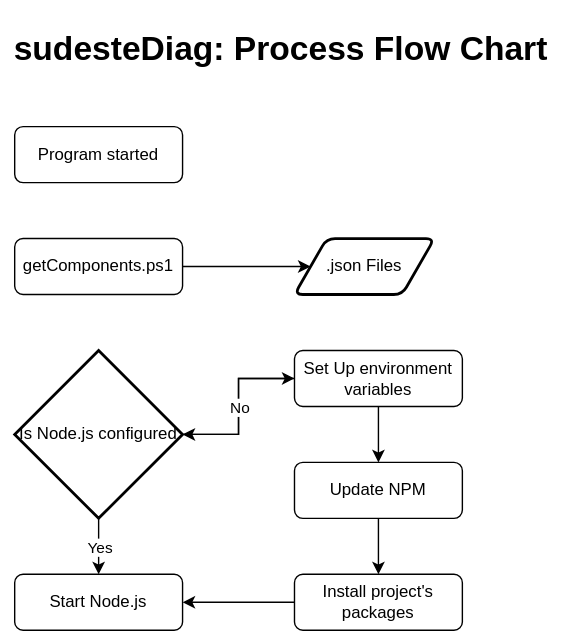
This is sudesteDiagFlow.svg from facu8990/sudesteDiag, a draw.io export, as it was before one commit. Source tidied: cells renumbered, new cells last; positions are measured from the earlier drawing's top-left corner, leaving out a move shared by most shapes.
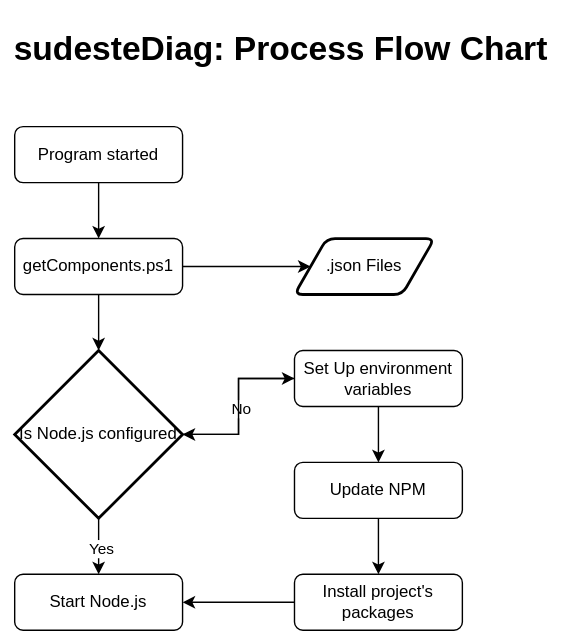
Above is the later version.

The edit, as a diff of the source:
```diff
@@ -2,59 +2,68 @@
   <root>
     <mxCell id="0" />
     <mxCell id="1" parent="0" />
+    <mxCell id="20" style="group;" parent="1" vertex="1">
+      <mxGeometry x="184" y="370" width="400" height="450" as="geometry" />
+    </mxCell>
-    <mxCell id="2" value="Program started" style="rounded=1;whiteSpace=wrap;html=1;fontSize=12;glass=0;strokeWidth=1;shadow=0;" parent="1" vertex="1">
+    <mxCell id="2" value="Program started" style="rounded=1;whiteSpace=wrap;html=1;fontSize=12;glass=0;strokeWidth=1;shadow=0;" parent="20" vertex="1">
       <mxGeometry x="10" y="90" width="120" height="40" as="geometry" />
     </mxCell>
-    <mxCell id="3" value="Start Node.js" style="rounded=1;whiteSpace=wrap;html=1;fontSize=12;glass=0;strokeWidth=1;shadow=0;" parent="1" vertex="1">
+    <mxCell id="3" value="Start Node.js" style="rounded=1;whiteSpace=wrap;html=1;fontSize=12;glass=0;strokeWidth=1;shadow=0;" parent="20" vertex="1">
       <mxGeometry x="10" y="410" width="120" height="40" as="geometry" />
     </mxCell>
-    <mxCell id="4" value="Update NPM" style="rounded=1;whiteSpace=wrap;html=1;fontSize=12;glass=0;strokeWidth=1;shadow=0;" parent="1" vertex="1">
+    <mxCell id="4" value="Update NPM" style="rounded=1;whiteSpace=wrap;html=1;fontSize=12;glass=0;strokeWidth=1;shadow=0;" parent="20" vertex="1">
       <mxGeometry x="210" y="330" width="120" height="40" as="geometry" />
     </mxCell>
-    <mxCell id="5" style="edgeStyle=orthogonalEdgeStyle;rounded=0;jettySize=auto;html=1;" parent="1" edge="1" source="6" target="11">
-      <mxGeometry relative="1" as="geometry" />
-    </mxCell>
-    <mxCell id="6" value="Set Up environment variables" style="rounded=1;whiteSpace=wrap;html=1;fontSize=12;glass=0;strokeWidth=1;shadow=0;" parent="1" vertex="1">
+    <mxCell id="6" value="Set Up environment variables" style="rounded=1;whiteSpace=wrap;html=1;fontSize=12;glass=0;strokeWidth=1;shadow=0;" parent="20" vertex="1">
       <mxGeometry x="210" y="250" width="120" height="40" as="geometry" />
     </mxCell>
-    <mxCell id="7" value="&lt;h1&gt;sudesteDiag: Process Flow Chart&lt;/h1&gt;" style="text;html=1;align=center;verticalAlign=middle;strokeColor=none;fillColor=none;" parent="1" vertex="1">
+    <mxCell id="7" value="&lt;h1&gt;sudesteDiag: Process Flow Chart&lt;/h1&gt;" style="text;html=1;align=center;verticalAlign=middle;strokeColor=none;fillColor=none;" parent="20" vertex="1">
       <mxGeometry width="400" height="70" as="geometry" />
     </mxCell>
-    <mxCell id="8" value="getComponents.ps1" style="rounded=1;whiteSpace=wrap;html=1;" parent="1" vertex="1">
+    <mxCell id="8" value="getComponents.ps1" style="rounded=1;whiteSpace=wrap;html=1;" parent="20" vertex="1">
       <mxGeometry x="10" y="170" width="120" height="40" as="geometry" />
     </mxCell>
-    <mxCell id="9" value=".json Files" style="shape=parallelogram;html=1;strokeWidth=2;perimeter=parallelogramPerimeter;whiteSpace=wrap;rounded=1;arcSize=12;size=0.23;" parent="1" vertex="1">
+    <mxCell id="9" value=".json Files" style="shape=parallelogram;html=1;strokeWidth=2;perimeter=parallelogramPerimeter;whiteSpace=wrap;rounded=1;arcSize=12;size=0.23;" parent="20" vertex="1">
       <mxGeometry x="210" y="170" width="100" height="40" as="geometry" />
     </mxCell>
-    <mxCell id="10" style="endArrow=classic;html=1;rounded=0;exitX=1;exitY=0.5;exitDx=0;exitDy=0;entryX=0;entryY=0.5;entryDx=0;entryDy=0;" parent="1" edge="1" source="8" target="9">
+    <mxCell id="10" style="endArrow=classic;html=1;rounded=0;exitX=1;exitY=0.5;exitDx=0;exitDy=0;entryX=0;entryY=0.5;entryDx=0;entryDy=0;" parent="20" edge="1" source="8" target="9">
       <mxGeometry relative="1" as="geometry" />
     </mxCell>
-    <mxCell id="11" value="Is Node.js configured" style="strokeWidth=2;html=1;shape=mxgraph.flowchart.decision;whiteSpace=wrap;" parent="1" vertex="1">
+    <mxCell id="11" value="Is Node.js configured" style="strokeWidth=2;html=1;shape=mxgraph.flowchart.decision;whiteSpace=wrap;" parent="20" vertex="1">
       <mxGeometry x="10" y="250" width="120" height="120" as="geometry" />
     </mxCell>
-    <mxCell id="12" style="endArrow=classic;html=1;rounded=0;exitX=1;exitY=0.5;exitDx=0;exitDy=0;exitPerimeter=0;entryX=0;entryY=0.5;entryDx=0;entryDy=0;edgeStyle=orthogonalEdgeStyle;" parent="1" edge="1" source="11" target="6">
+    <mxCell id="12" style="endArrow=classic;html=1;rounded=0;exitX=1;exitY=0.5;exitDx=0;exitDy=0;exitPerimeter=0;entryX=0;entryY=0.5;entryDx=0;entryDy=0;edgeStyle=orthogonalEdgeStyle;" parent="20" edge="1" source="11" target="6">
       <mxGeometry x="-0.64" y="-26" relative="1" as="geometry" />
     </mxCell>
     <mxCell id="13" value="No" style="edgeLabel;html=1;align=center;verticalAlign=middle;" parent="12" vertex="1">
       <mxGeometry relative="1" as="geometry" />
     </mxCell>
-    <mxCell id="14" value="Install project's packages" style="rounded=1;whiteSpace=wrap;html=1;fontSize=12;glass=0;strokeWidth=1;shadow=0;" parent="1" vertex="1">
+    <mxCell id="14" value="Install project's packages" style="rounded=1;whiteSpace=wrap;html=1;fontSize=12;glass=0;strokeWidth=1;shadow=0;" parent="20" vertex="1">
       <mxGeometry x="210" y="410" width="120" height="40" as="geometry" />
     </mxCell>
-    <mxCell id="15" style="endArrow=classic;html=1;rounded=0;entryX=0.5;entryY=0;entryDx=0;entryDy=0;exitX=0.5;exitY=1;exitDx=0;exitDy=0;" parent="1" edge="1" source="6" target="4">
+    <mxCell id="15" style="endArrow=classic;html=1;rounded=0;entryX=0.5;entryY=0;entryDx=0;entryDy=0;exitX=0.5;exitY=1;exitDx=0;exitDy=0;" parent="20" edge="1" source="6" target="4">
       <mxGeometry relative="1" as="geometry" />
     </mxCell>
-    <mxCell id="16" style="endArrow=classic;html=1;rounded=0;entryX=0.5;entryY=0;entryDx=0;entryDy=0;exitX=0.5;exitY=1;exitDx=0;exitDy=0;" parent="1" edge="1" source="4" target="14">
+    <mxCell id="16" style="endArrow=classic;html=1;rounded=0;entryX=0.5;entryY=0;entryDx=0;entryDy=0;exitX=0.5;exitY=1;exitDx=0;exitDy=0;" parent="20" edge="1" source="4" target="14">
       <mxGeometry relative="1" as="geometry" />
     </mxCell>
-    <mxCell id="17" style="endArrow=classic;html=1;rounded=0;exitX=0.5;exitY=1;exitDx=0;exitDy=0;exitPerimeter=0;" parent="1" edge="1" source="11" target="3">
+    <mxCell id="17" style="endArrow=classic;html=1;rounded=0;exitX=0.5;exitY=1;exitDx=0;exitDy=0;exitPerimeter=0;" parent="20" edge="1" source="11" target="3">
       <mxGeometry relative="1" as="geometry" />
     </mxCell>
     <mxCell id="18" value="Yes" style="edgeLabel;html=1;align=center;verticalAlign=middle;" parent="17" vertex="1">
       <mxGeometry relative="1" as="geometry" />
     </mxCell>
-    <mxCell id="19" style="endArrow=classic;html=1;rounded=0;entryX=1;entryY=0.5;entryDx=0;entryDy=0;exitX=0;exitY=0.5;exitDx=0;exitDy=0;edgeStyle=orthogonalEdgeStyle;" parent="1" edge="1" source="14" target="3">
+    <mxCell id="19" style="endArrow=classic;html=1;rounded=0;entryX=1;entryY=0.5;entryDx=0;entryDy=0;exitX=0;exitY=0.5;exitDx=0;exitDy=0;edgeStyle=orthogonalEdgeStyle;" parent="20" edge="1" source="14" target="3">
       <mxGeometry relative="1" as="geometry" />
     </mxCell>
+    <mxCell id="21" style="endArrow=classic;html=1;rounded=0;exitX=0.5;exitY=1;exitDx=0;exitDy=0;entryX=0.5;entryY=0;entryDx=0;entryDy=0;" parent="20" edge="1" source="2" target="8">
+      <mxGeometry relative="1" as="geometry" />
+    </mxCell>
+    <mxCell id="5" style="edgeStyle=orthogonalEdgeStyle;rounded=0;jettySize=auto;html=1;" parent="20" edge="1" source="6" target="11">
+      <mxGeometry relative="1" as="geometry" />
+    </mxCell>
+    <mxCell id="22" style="endArrow=classic;html=1;rounded=0;exitX=0.5;exitY=1;exitDx=0;exitDy=0;entryX=0.5;entryY=0;entryDx=0;entryDy=0;entryPerimeter=0;" parent="20" edge="1" source="8" target="11">
+      <mxGeometry relative="1" as="geometry" />
+    </mxCell>
   </root>
 </mxGraphModel>
```
